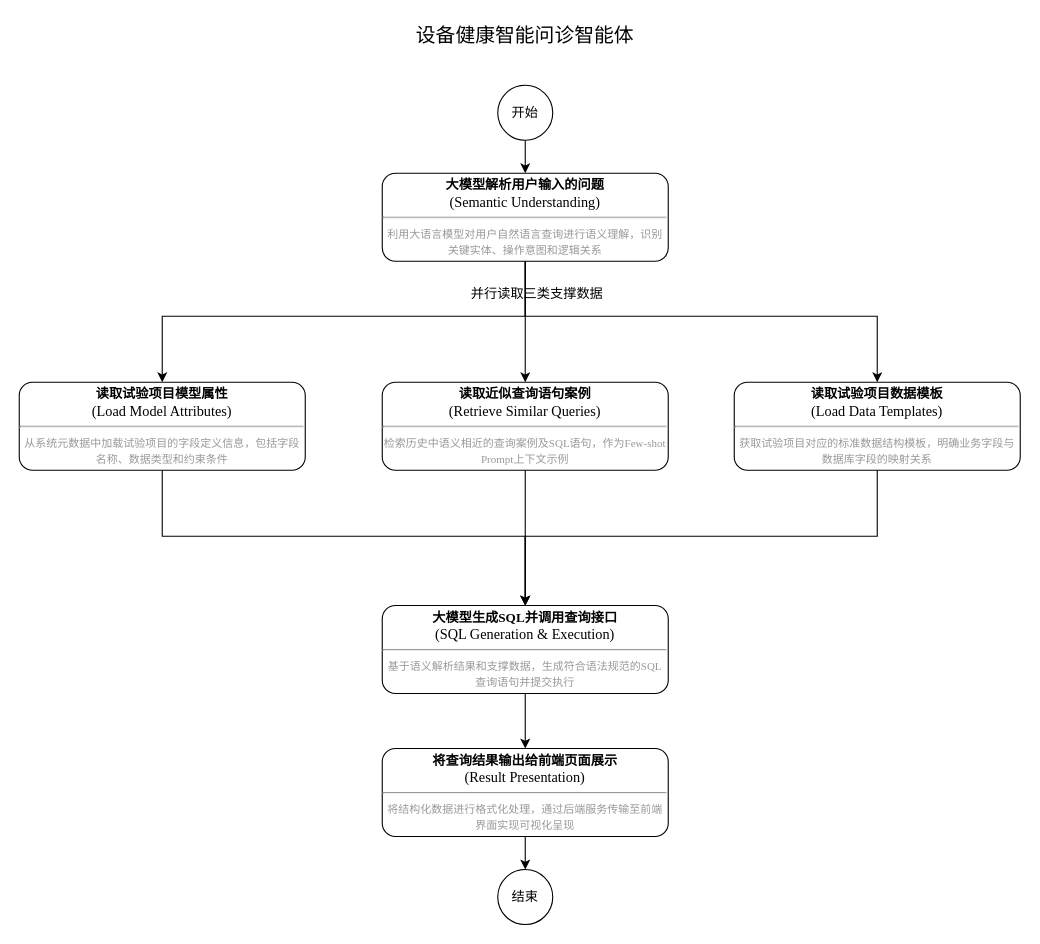
This is page "设备健康智能问诊智能体" (3 of 8) of 未命名绘图.drawio from shuitiane/shhFirstRepo, a draw.io file, before an edit. Source tidied: cells renumbered, new cells numbered last; positions are measured from the earlier drawing's top-left corner, leaving out a move shared by most shapes. Both pictures are drawn from the tidied source at 110%, with x=0, y=0 at pixel (19, 19).
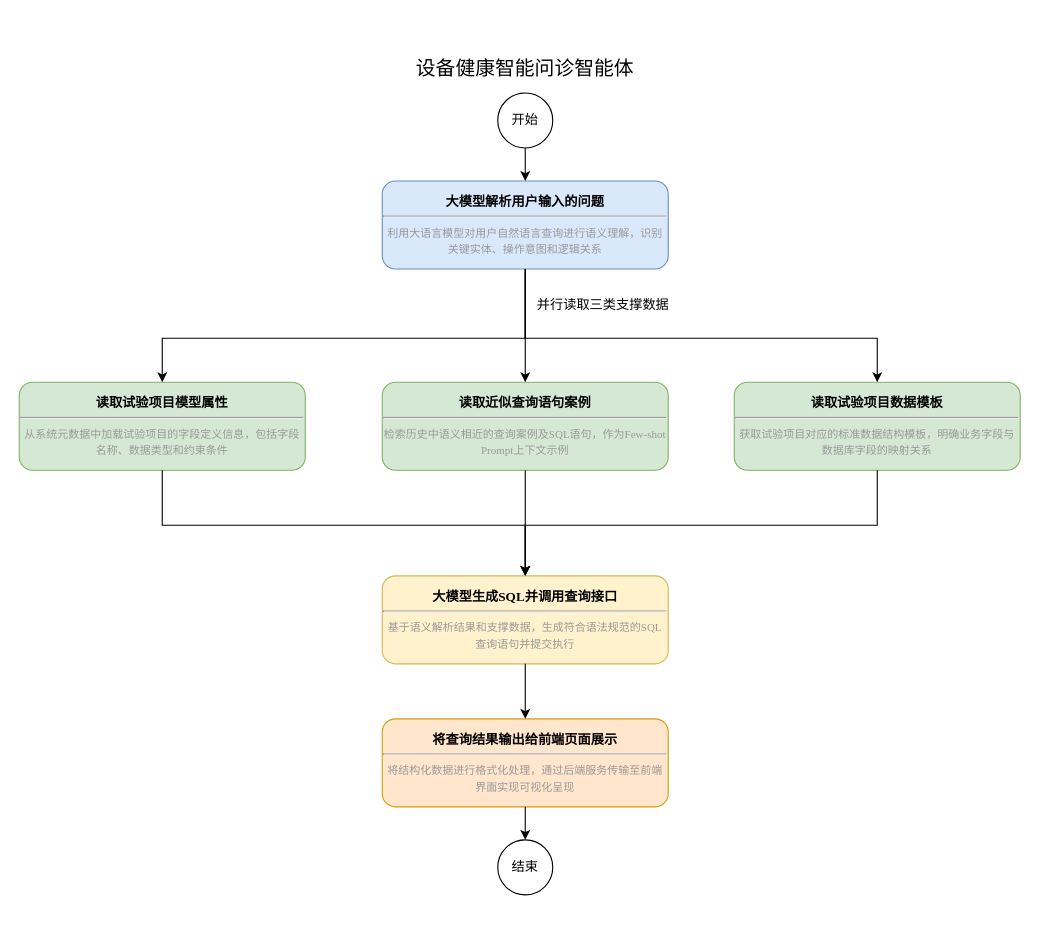
After the change.

Commit message:
更新未命名绘图.drawio

What changed in the source:
```diff
@@
     <mxCell id="2" value="开始" style="ellipse;whiteSpace=wrap;html=1;fontFamily=Times New Roman;" parent="1" vertex="1">
-      <mxGeometry x="435" y="60" width="50" height="50" as="geometry" />
+      <mxGeometry x="435" y="67" width="50" height="50" as="geometry" />
     </mxCell>
-    <mxCell id="3" value="&lt;b&gt;大模型解析用户输入的问题&lt;/b&gt;&lt;br&gt;&lt;font size=&quot;2&quot;&gt;(Semantic Understanding)&lt;/font&gt;&lt;hr&gt;&lt;font style=&quot;font-size: 10px; color: rgb(153, 153, 153);&quot;&gt;利用大语言模型对用户自然语言查询进行语义理解，识别关键实体、操作意图和逻辑关系&lt;/font&gt;" style="rounded=1;whiteSpace=wrap;html=1;fontFamily=Times New Roman;" parent="1" vertex="1">
-      <mxGeometry x="330" y="140" width="260" height="80" as="geometry" />
+    <mxCell id="3" value="&lt;b&gt;大模型解析用户输入的问题&lt;/b&gt;&lt;br&gt;&lt;hr&gt;&lt;font style=&quot;font-size: 10px; color: rgb(153, 153, 153);&quot;&gt;利用大语言模型对用户自然语言查询进行语义理解，识别关键实体、操作意图和逻辑关系&lt;/font&gt;" style="rounded=1;whiteSpace=wrap;html=1;fontFamily=Times New Roman;fillColor=#dae8fc;strokeColor=#6c8ebf;" parent="1" vertex="1">
+      <mxGeometry x="330" y="147" width="260" height="80" as="geometry" />
     </mxCell>
-    <mxCell id="4" value="&lt;b&gt;读取试验项目模型属性&lt;/b&gt;&lt;br&gt;&lt;font size=&quot;2&quot;&gt;(Load Model Attributes)&lt;/font&gt;&lt;hr&gt;&lt;font style=&quot;font-size: 10px; color: rgb(153, 153, 153);&quot;&gt;从系统元数据中加载试验项目的字段定义信息，包括字段名称、数据类型和约束条件&lt;/font&gt;" style="rounded=1;whiteSpace=wrap;html=1;fontFamily=Times New Roman;" parent="1" vertex="1">
+    <mxCell id="4" value="&lt;b&gt;读取试验项目模型属性&lt;/b&gt;&lt;br&gt;&lt;hr&gt;&lt;font style=&quot;font-size: 10px; color: rgb(153, 153, 153);&quot;&gt;从系统元数据中加载试验项目的字段定义信息，包括字段名称、数据类型和约束条件&lt;/font&gt;" style="rounded=1;whiteSpace=wrap;html=1;fontFamily=Times New Roman;fillColor=#d5e8d4;strokeColor=#82b366;" parent="1" vertex="1">
       <mxGeometry y="330" width="260" height="80" as="geometry" />
     </mxCell>
-    <mxCell id="5" value="&lt;b&gt;读取近似查询语句案例&lt;/b&gt;&lt;br&gt;&lt;font size=&quot;2&quot;&gt;(Retrieve Similar Queries)&lt;/font&gt;&lt;hr&gt;&lt;font style=&quot;font-size: 10px; color: rgb(153, 153, 153);&quot;&gt;检索历史中语义相近的查询案例及SQL语句，作为Few-shot Prompt上下文示例&lt;/font&gt;" style="rounded=1;whiteSpace=wrap;html=1;fontFamily=Times New Roman;" parent="1" vertex="1">
+    <mxCell id="5" value="&lt;b&gt;读取近似查询语句案例&lt;/b&gt;&lt;br&gt;&lt;hr&gt;&lt;font style=&quot;font-size: 10px; color: rgb(153, 153, 153);&quot;&gt;检索历史中语义相近的查询案例及SQL语句，作为Few-shot Prompt上下文示例&lt;/font&gt;" style="rounded=1;whiteSpace=wrap;html=1;fontFamily=Times New Roman;fillColor=#d5e8d4;strokeColor=#82b366;" parent="1" vertex="1">
       <mxGeometry x="330" y="330" width="260" height="80" as="geometry" />
     </mxCell>
-    <mxCell id="6" value="&lt;b&gt;读取试验项目数据模板&lt;/b&gt;&lt;br&gt;&lt;font size=&quot;2&quot;&gt;(Load Data Templates)&lt;/font&gt;&lt;hr&gt;&lt;font style=&quot;color: rgb(153, 153, 153); font-size: 10px;&quot;&gt;获取试验项目对应的标准数据结构模板，明确业务字段与数据库字段的映射关系&lt;/font&gt;" style="rounded=1;whiteSpace=wrap;html=1;fontFamily=Times New Roman;" parent="1" vertex="1">
+    <mxCell id="6" value="&lt;b&gt;读取试验项目数据模板&lt;/b&gt;&lt;br&gt;&lt;hr&gt;&lt;font style=&quot;color: rgb(153, 153, 153); font-size: 10px;&quot;&gt;获取试验项目对应的标准数据结构模板，明确业务字段与数据库字段的映射关系&lt;/font&gt;" style="rounded=1;whiteSpace=wrap;html=1;fontFamily=Times New Roman;fillColor=#d5e8d4;strokeColor=#82b366;" parent="1" vertex="1">
       <mxGeometry x="650" y="330" width="260" height="80" as="geometry" />
     </mxCell>
-    <mxCell id="7" value="&lt;b&gt;大模型生成SQL并调用查询接口&lt;/b&gt;&lt;br&gt;&lt;font size=&quot;2&quot;&gt;(SQL Generation &amp; Execution)&lt;/font&gt;&lt;hr&gt;&lt;font style=&quot;font-size: 10px; color: rgb(153, 153, 153);&quot;&gt;基于语义解析结果和支撑数据，生成符合语法规范的SQL查询语句并提交执行&lt;/font&gt;" style="rounded=1;whiteSpace=wrap;html=1;fontFamily=Times New Roman;" parent="1" vertex="1">
-      <mxGeometry x="330" y="533" width="260" height="80" as="geometry" />
+    <mxCell id="7" value="&lt;b&gt;大模型生成SQL并调用查询接口&lt;/b&gt;&lt;br&gt;&lt;hr&gt;&lt;font style=&quot;font-size: 10px; color: rgb(153, 153, 153);&quot;&gt;基于语义解析结果和支撑数据，生成符合语法规范的SQL查询语句并提交执行&lt;/font&gt;" style="rounded=1;whiteSpace=wrap;html=1;fontFamily=Times New Roman;fillColor=#fff2cc;strokeColor=#d6b656;" parent="1" vertex="1">
+      <mxGeometry x="330" y="506" width="260" height="80" as="geometry" />
     </mxCell>
-    <mxCell id="8" value="&lt;b&gt;将查询结果输出给前端页面展示&lt;/b&gt;&lt;br&gt;&lt;font size=&quot;2&quot;&gt;(Result Presentation)&lt;/font&gt;&lt;hr&gt;&lt;font style=&quot;color: rgb(153, 153, 153); font-size: 10px;&quot;&gt;将结构化数据进行格式化处理，通过后端服务传输至前端界面实现可视化呈现&lt;/font&gt;" style="rounded=1;whiteSpace=wrap;html=1;fontFamily=Times New Roman;" parent="1" vertex="1">
-      <mxGeometry x="330" y="663" width="260" height="80" as="geometry" />
+    <mxCell id="8" value="&lt;b&gt;将查询结果输出给前端页面展示&lt;/b&gt;&lt;br&gt;&lt;hr&gt;&lt;font style=&quot;color: rgb(153, 153, 153); font-size: 10px;&quot;&gt;将结构化数据进行格式化处理，通过后端服务传输至前端界面实现可视化呈现&lt;/font&gt;" style="rounded=1;whiteSpace=wrap;html=1;fontFamily=Times New Roman;fillColor=#ffe6cc;strokeColor=#d79b00;" parent="1" vertex="1">
+      <mxGeometry x="330" y="636" width="260" height="80" as="geometry" />
     </mxCell>
     <mxCell id="9" value="结束" style="ellipse;whiteSpace=wrap;html=1;fontFamily=Times New Roman;" parent="1" vertex="1">
-      <mxGeometry x="435" y="773" width="50" height="50" as="geometry" />
+      <mxGeometry x="435" y="746" width="50" height="50" as="geometry" />
     </mxCell>
@@
     <mxCell id="11" style="endArrow=classic;html=1;rounded=0;fontFamily=Times New Roman;" parent="1" edge="1" source="3" target="4">
       <mxGeometry relative="1" as="geometry">
         <Array as="points">
-          <mxPoint x="460" y="270" />
-          <mxPoint x="130" y="270" />
+          <mxPoint x="460" y="290" />
+          <mxPoint x="130" y="290" />
         </Array>
       </mxGeometry>
     </mxCell>
@@
     <mxCell id="13" style="endArrow=classic;html=1;rounded=0;fontFamily=Times New Roman;" parent="1" edge="1" source="3" target="6">
       <mxGeometry relative="1" as="geometry">
         <Array as="points">
-          <mxPoint x="460" y="270" />
-          <mxPoint x="780" y="270" />
+          <mxPoint x="460" y="290" />
+          <mxPoint x="780" y="290" />
         </Array>
       </mxGeometry>
     </mxCell>
-    <mxCell id="14" style="endArrow=classic;html=1;rounded=0;fontFamily=Times New Roman;" parent="1" edge="1">
+    <mxCell id="14" style="endArrow=classic;html=1;rounded=0;fontFamily=Times New Roman;" parent="1" edge="1" target="7">
       <mxGeometry relative="1" as="geometry">
         <mxPoint x="130" y="410" as="sourcePoint" />
-        <mxPoint x="460" y="533" as="targetPoint" />
         <Array as="points">
-          <mxPoint x="130" y="470" />
-          <mxPoint x="460" y="470" />
+          <mxPoint x="130" y="460" />
+          <mxPoint x="460" y="460" />
         </Array>
       </mxGeometry>
     </mxCell>
@@
-    <mxCell id="16" style="endArrow=classic;html=1;rounded=0;fontFamily=Times New Roman;" parent="1" edge="1">
+    <mxCell id="16" style="endArrow=classic;html=1;rounded=0;fontFamily=Times New Roman;entryX=0.5;entryY=0;entryDx=0;entryDy=0;" parent="1" edge="1" target="7">
       <mxGeometry relative="1" as="geometry">
         <mxPoint x="780" y="410" as="sourcePoint" />
-        <mxPoint x="460" y="533" as="targetPoint" />
         <Array as="points">
-          <mxPoint x="780" y="470" />
-          <mxPoint x="460" y="470" />
+          <mxPoint x="780" y="460" />
+          <mxPoint x="460" y="460" />
         </Array>
       </mxGeometry>
     </mxCell>
@@
     <mxCell id="19" value="设备健康智能问诊智能体" style="text;html=1;align=center;verticalAlign=middle;whiteSpace=wrap;rounded=0;fontSize=18;fontFamily=Times New Roman;" parent="1" vertex="1">
-      <mxGeometry x="350" width="220" height="30" as="geometry" />
+      <mxGeometry x="350" y="30" width="220" height="30" as="geometry" />
     </mxCell>
     <mxCell id="20" value="并行读取三类支撑数据" style="text;html=1;align=center;verticalAlign=middle;whiteSpace=wrap;rounded=0;fontSize=12;fontFamily=Times New Roman;" parent="1" vertex="1">
-      <mxGeometry x="390" y="240" width="162" height="20" as="geometry" />
+      <mxGeometry x="450" y="250" width="162" height="20" as="geometry" />
     </mxCell>
```
